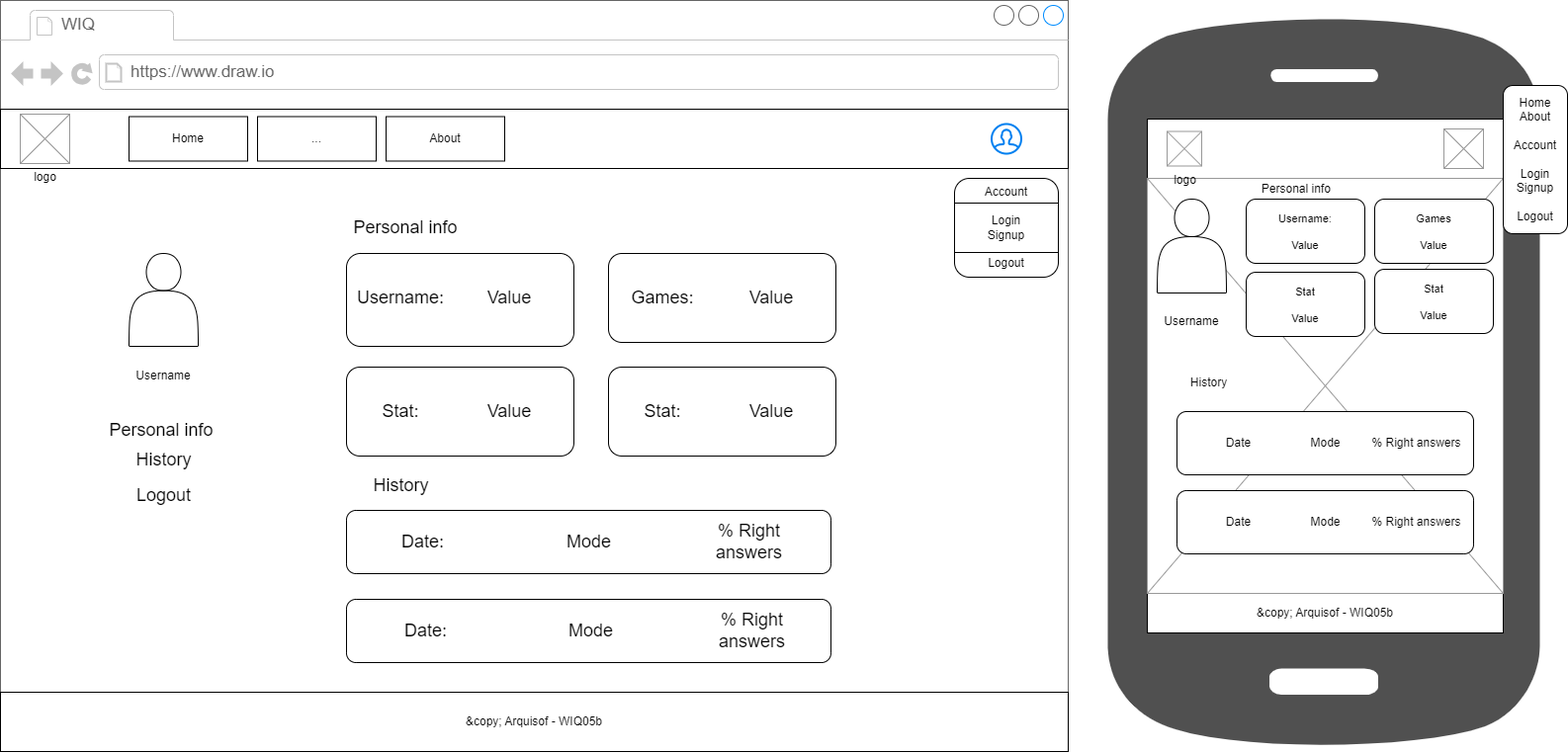
Above: docs/prototypes/account_view.drawio.png in Arquisoft/wiq_es05b (draw.io), before the change. Source tidied: cells renumbered, new cells last; positions are measured from the earlier drawing's top-left corner, leaving out a move shared by most shapes. Its diagram source:
```xml
<mxGraphModel>
  <root>
    <mxCell id="0" />
    <mxCell id="1" parent="0" />
    <mxCell id="2" style="strokeWidth=1;shadow=0;dashed=0;align=center;html=1;shape=mxgraph.mockup.containers.browserWindow;rSize=0;strokeColor=#666666;strokeColor2=#008cff;strokeColor3=#c4c4c4;mainText=,;" parent="1" vertex="1">
      <mxGeometry width="1080" height="760" as="geometry" />
    </mxCell>
    <mxCell id="3" value="WIQ" style="strokeWidth=1;shadow=0;dashed=0;align=center;html=1;shape=mxgraph.mockup.containers.anchor;fontSize=17;fontColor=#666666;align=left;" parent="2" vertex="1">
      <mxGeometry x="60" y="12" width="110" height="26" as="geometry" />
    </mxCell>
    <mxCell id="4" value="https://www.draw.io" style="strokeWidth=1;shadow=0;dashed=0;align=center;html=1;shape=mxgraph.mockup.containers.anchor;rSize=0;fontSize=17;fontColor=#666666;align=left;" parent="2" vertex="1">
      <mxGeometry x="130" y="60" width="250" height="26" as="geometry" />
    </mxCell>
    <mxCell id="5" style="rounded=0;whiteSpace=wrap;html=1;" parent="2" vertex="1">
      <mxGeometry y="110" width="1080" height="60" as="geometry" />
    </mxCell>
    <mxCell id="6" style="html=1;verticalLabelPosition=bottom;align=center;labelBackgroundColor=#ffffff;verticalAlign=top;strokeWidth=2;strokeColor=#0080F0;shadow=0;dashed=0;shape=mxgraph.ios7.icons.user;" parent="2" vertex="1">
      <mxGeometry x="1002.5" y="125" width="30" height="30" as="geometry" />
    </mxCell>
    <mxCell id="7" value="logo" style="verticalLabelPosition=bottom;shadow=0;dashed=0;align=center;html=1;verticalAlign=top;strokeWidth=1;shape=mxgraph.mockup.graphics.simpleIcon;strokeColor=#999999;" parent="2" vertex="1">
      <mxGeometry x="20" y="115" width="50" height="50" as="geometry" />
    </mxCell>
    <mxCell id="8" value="Home" style="rounded=0;whiteSpace=wrap;html=1;" parent="2" vertex="1">
      <mxGeometry x="130" y="117.5" width="120" height="45" as="geometry" />
    </mxCell>
    <mxCell id="9" value="About" style="rounded=0;whiteSpace=wrap;html=1;" parent="2" vertex="1">
      <mxGeometry x="390" y="117.5" width="120" height="45" as="geometry" />
    </mxCell>
    <mxCell id="10" value="..." style="rounded=0;whiteSpace=wrap;html=1;" parent="2" vertex="1">
      <mxGeometry x="260" y="117.5" width="120" height="45" as="geometry" />
    </mxCell>
    <mxCell id="11" value="Account&lt;br&gt;&lt;br&gt;Login&lt;br&gt;Signup&lt;br&gt;&lt;br&gt;Logout" style="rounded=1;whiteSpace=wrap;html=1;" parent="2" vertex="1">
      <mxGeometry x="965" y="180" width="105" height="100" as="geometry" />
    </mxCell>
    <mxCell id="12" style="endArrow=none;html=1;exitX=0;exitY=0.25;exitDx=0;exitDy=0;entryX=1;entryY=0.25;entryDx=0;entryDy=0;" parent="2" edge="1" source="11" target="11">
      <mxGeometry relative="1" as="geometry" />
    </mxCell>
    <mxCell id="13" style="edgeStyle=none;html=1;exitX=1;exitY=0.75;exitDx=0;exitDy=0;entryX=0;entryY=0.75;entryDx=0;entryDy=0;endArrow=none;endFill=0;" parent="2" edge="1" source="11" target="11">
      <mxGeometry relative="1" as="geometry" />
    </mxCell>
    <mxCell id="14" value="&amp;amp;copy; Arquisof - WIQ05b" style="rounded=0;whiteSpace=wrap;html=1;" parent="2" vertex="1">
      <mxGeometry y="700" width="1080" height="60" as="geometry" />
    </mxCell>
    <mxCell id="15" style="shape=actor;whiteSpace=wrap;html=1;" parent="2" vertex="1">
      <mxGeometry x="130" y="256" width="70" height="94" as="geometry" />
    </mxCell>
    <mxCell id="16" value="Username" style="text;html=1;strokeColor=none;fillColor=none;align=center;verticalAlign=middle;whiteSpace=wrap;rounded=0;" parent="2" vertex="1">
      <mxGeometry x="135" y="365" width="60" height="30" as="geometry" />
    </mxCell>
    <mxCell id="17" value="Personal info&amp;nbsp;" style="text;html=1;strokeColor=none;fillColor=none;align=center;verticalAlign=middle;whiteSpace=wrap;rounded=0;fontSize=18;" parent="2" vertex="1">
      <mxGeometry x="102.5" y="420" width="125" height="30" as="geometry" />
    </mxCell>
    <mxCell id="18" value="History" style="text;html=1;strokeColor=none;fillColor=none;align=center;verticalAlign=middle;whiteSpace=wrap;rounded=0;fontSize=18;" parent="2" vertex="1">
      <mxGeometry x="102.5" y="450" width="125" height="30" as="geometry" />
    </mxCell>
    <mxCell id="19" value="Logout" style="text;html=1;strokeColor=none;fillColor=none;align=center;verticalAlign=middle;whiteSpace=wrap;rounded=0;fontSize=18;" parent="2" vertex="1">
      <mxGeometry x="102.5" y="486" width="125" height="30" as="geometry" />
    </mxCell>
    <mxCell id="20" style="rounded=1;whiteSpace=wrap;html=1;fontSize=18;" parent="2" vertex="1">
      <mxGeometry x="350" y="256" width="230" height="94" as="geometry" />
    </mxCell>
    <mxCell id="21" value="Username:" style="text;html=1;strokeColor=none;fillColor=none;align=center;verticalAlign=middle;whiteSpace=wrap;rounded=0;fontSize=18;" parent="2" vertex="1">
      <mxGeometry x="375" y="286" width="60" height="30" as="geometry" />
    </mxCell>
    <mxCell id="22" value="Value" style="text;html=1;strokeColor=none;fillColor=none;align=center;verticalAlign=middle;whiteSpace=wrap;rounded=0;fontSize=18;" parent="2" vertex="1">
      <mxGeometry x="485" y="286" width="60" height="30" as="geometry" />
    </mxCell>
    <mxCell id="23" style="rounded=1;whiteSpace=wrap;html=1;fontSize=18;" parent="2" vertex="1">
      <mxGeometry x="615" y="256" width="230" height="90" as="geometry" />
    </mxCell>
    <mxCell id="24" value="Games:" style="text;html=1;strokeColor=none;fillColor=none;align=center;verticalAlign=middle;whiteSpace=wrap;rounded=0;fontSize=18;" parent="2" vertex="1">
      <mxGeometry x="640" y="286" width="60" height="30" as="geometry" />
    </mxCell>
    <mxCell id="25" value="Value" style="text;html=1;strokeColor=none;fillColor=none;align=center;verticalAlign=middle;whiteSpace=wrap;rounded=0;fontSize=18;" parent="2" vertex="1">
      <mxGeometry x="750" y="286" width="60" height="30" as="geometry" />
    </mxCell>
    <mxCell id="26" style="rounded=1;whiteSpace=wrap;html=1;fontSize=18;" parent="2" vertex="1">
      <mxGeometry x="350" y="371" width="230" height="90" as="geometry" />
    </mxCell>
    <mxCell id="27" value="Stat:" style="text;html=1;strokeColor=none;fillColor=none;align=center;verticalAlign=middle;whiteSpace=wrap;rounded=0;fontSize=18;" parent="2" vertex="1">
      <mxGeometry x="375" y="401" width="60" height="30" as="geometry" />
    </mxCell>
    <mxCell id="28" value="Value" style="text;html=1;strokeColor=none;fillColor=none;align=center;verticalAlign=middle;whiteSpace=wrap;rounded=0;fontSize=18;" parent="2" vertex="1">
      <mxGeometry x="485" y="401" width="60" height="30" as="geometry" />
    </mxCell>
    <mxCell id="29" style="rounded=1;whiteSpace=wrap;html=1;fontSize=18;" parent="2" vertex="1">
      <mxGeometry x="615" y="371" width="230" height="90" as="geometry" />
    </mxCell>
    <mxCell id="30" value="Stat:" style="text;html=1;strokeColor=none;fillColor=none;align=center;verticalAlign=middle;whiteSpace=wrap;rounded=0;fontSize=18;" parent="2" vertex="1">
      <mxGeometry x="640" y="401" width="60" height="30" as="geometry" />
    </mxCell>
    <mxCell id="31" value="Value" style="text;html=1;strokeColor=none;fillColor=none;align=center;verticalAlign=middle;whiteSpace=wrap;rounded=0;fontSize=18;" parent="2" vertex="1">
      <mxGeometry x="750" y="401" width="60" height="30" as="geometry" />
    </mxCell>
    <mxCell id="32" value="Personal info&amp;nbsp;" style="text;html=1;strokeColor=none;fillColor=none;align=center;verticalAlign=middle;whiteSpace=wrap;rounded=0;fontSize=18;" parent="2" vertex="1">
      <mxGeometry x="350" y="215" width="125" height="30" as="geometry" />
    </mxCell>
    <mxCell id="33" value="History" style="text;html=1;strokeColor=none;fillColor=none;align=center;verticalAlign=middle;whiteSpace=wrap;rounded=0;fontSize=18;" parent="2" vertex="1">
      <mxGeometry x="342.5" y="476" width="125" height="30" as="geometry" />
    </mxCell>
    <mxCell id="34" style="rounded=1;whiteSpace=wrap;html=1;fontSize=18;" parent="2" vertex="1">
      <mxGeometry x="350" y="516" width="490" height="64" as="geometry" />
    </mxCell>
    <mxCell id="35" style="rounded=1;whiteSpace=wrap;html=1;fontSize=18;" parent="2" vertex="1">
      <mxGeometry x="350" y="606" width="490" height="64" as="geometry" />
    </mxCell>
    <mxCell id="36" value="Date:&lt;span style=&quot;color: rgba(0, 0, 0, 0); font-family: monospace; font-size: 0px; text-align: start;&quot;&gt;%3CmxGraphModel%3E%3Croot%3E%3CmxCell%20id%3D%220%22%2F%3E%3CmxCell%20id%3D%221%22%20parent%3D%220%22%2F%3E%3CmxCell%20id%3D%222%22%20value%3D%22Stat%3A%22%20style%3D%22text%3Bhtml%3D1%3BstrokeColor%3Dnone%3BfillColor%3Dnone%3Balign%3Dcenter%3BverticalAlign%3Dmiddle%3BwhiteSpace%3Dwrap%3Brounded%3D0%3BfontSize%3D18%3B%22%20vertex%3D%221%22%20parent%3D%221%22%3E%3CmxGeometry%20x%3D%22755%22%20y%3D%22435%22%20width%3D%2260%22%20height%3D%2230%22%20as%3D%22geometry%22%2F%3E%3C%2FmxCell%3E%3C%2Froot%3E%3C%2FmxGraphModel%3E&lt;/span&gt;" style="text;html=1;strokeColor=none;fillColor=none;align=center;verticalAlign=middle;whiteSpace=wrap;rounded=0;fontSize=18;" parent="2" vertex="1">
      <mxGeometry x="375" y="533" width="105" height="30" as="geometry" />
    </mxCell>
    <mxCell id="37" value="% Right answers" style="text;html=1;strokeColor=none;fillColor=none;align=center;verticalAlign=middle;whiteSpace=wrap;rounded=0;fontSize=18;" parent="2" vertex="1">
      <mxGeometry x="705" y="533" width="105" height="30" as="geometry" />
    </mxCell>
    <mxCell id="38" value="Mode" style="text;html=1;strokeColor=none;fillColor=none;align=center;verticalAlign=middle;whiteSpace=wrap;rounded=0;fontSize=18;" parent="2" vertex="1">
      <mxGeometry x="542.5" y="533" width="105" height="30" as="geometry" />
    </mxCell>
    <mxCell id="39" value="Date:&lt;span style=&quot;color: rgba(0, 0, 0, 0); font-family: monospace; font-size: 0px; text-align: start;&quot;&gt;%3CmxGraphModel%3E%3Croot%3E%3CmxCell%20id%3D%220%22%2F%3E%3CmxCell%20id%3D%221%22%20parent%3D%220%22%2F%3E%3CmxCell%20id%3D%222%22%20value%3D%22Stat%3A%22%20style%3D%22text%3Bhtml%3D1%3BstrokeColor%3Dnone%3BfillColor%3Dnone%3Balign%3Dcenter%3BverticalAlign%3Dmiddle%3BwhiteSpace%3Dwrap%3Brounded%3D0%3BfontSize%3D18%3B%22%20vertex%3D%221%22%20parent%3D%221%22%3E%3CmxGeometry%20x%3D%22755%22%20y%3D%22435%22%20width%3D%2260%22%20height%3D%2230%22%20as%3D%22geometry%22%2F%3E%3C%2FmxCell%3E%3C%2Froot%3E%3C%2FmxGraphModel%3E&lt;/span&gt;" style="text;html=1;strokeColor=none;fillColor=none;align=center;verticalAlign=middle;whiteSpace=wrap;rounded=0;fontSize=18;" parent="2" vertex="1">
      <mxGeometry x="377.5" y="623" width="105" height="30" as="geometry" />
    </mxCell>
    <mxCell id="40" value="% Right answers" style="text;html=1;strokeColor=none;fillColor=none;align=center;verticalAlign=middle;whiteSpace=wrap;rounded=0;fontSize=18;" parent="2" vertex="1">
      <mxGeometry x="707.5" y="623" width="105" height="30" as="geometry" />
    </mxCell>
    <mxCell id="41" value="Mode" style="text;html=1;strokeColor=none;fillColor=none;align=center;verticalAlign=middle;whiteSpace=wrap;rounded=0;fontSize=18;" parent="2" vertex="1">
      <mxGeometry x="545" y="623" width="105" height="30" as="geometry" />
    </mxCell>
    <mxCell id="42" style="sketch=0;shadow=0;dashed=0;html=1;strokeColor=none;fillColor=#505050;labelPosition=center;verticalLabelPosition=bottom;verticalAlign=top;outlineConnect=0;align=center;shape=mxgraph.office.devices.cell_phone_android_standalone;" parent="1" vertex="1">
      <mxGeometry x="1120" y="10" width="437" height="750" as="geometry" />
    </mxCell>
    <mxCell id="43" style="rounded=0;whiteSpace=wrap;html=1;" parent="1" vertex="1">
      <mxGeometry x="1160" y="120" width="360" height="60" as="geometry" />
    </mxCell>
    <mxCell id="44" style="verticalLabelPosition=bottom;shadow=0;dashed=0;align=center;html=1;verticalAlign=top;strokeWidth=1;shape=mxgraph.mockup.graphics.simpleIcon;strokeColor=#999999;" parent="1" vertex="1">
      <mxGeometry x="1460" y="130" width="40" height="40" as="geometry" />
    </mxCell>
    <mxCell id="45" value="&amp;amp;copy; Arquisof - WIQ05b" style="rounded=0;whiteSpace=wrap;html=1;" parent="1" vertex="1">
      <mxGeometry x="1160" y="600" width="360" height="40" as="geometry" />
    </mxCell>
    <mxCell id="46" style="verticalLabelPosition=bottom;shadow=0;dashed=0;align=center;html=1;verticalAlign=top;strokeWidth=1;shape=mxgraph.mockup.graphics.simpleIcon;strokeColor=#999999;" parent="1" vertex="1">
      <mxGeometry x="1160" y="180" width="360" height="420" as="geometry" />
    </mxCell>
    <mxCell id="47" value="logo" style="verticalLabelPosition=bottom;shadow=0;dashed=0;align=center;html=1;verticalAlign=top;strokeWidth=1;shape=mxgraph.mockup.graphics.simpleIcon;strokeColor=#999999;" parent="1" vertex="1">
      <mxGeometry x="1180" y="132.5" width="35" height="35" as="geometry" />
    </mxCell>
    <mxCell id="48" value="Home&lt;br&gt;About&lt;br&gt;&lt;br&gt;Account&lt;br&gt;&lt;br&gt;Login&lt;br&gt;Signup&lt;br&gt;&lt;br&gt;Logout" style="rounded=1;whiteSpace=wrap;html=1;" parent="1" vertex="1">
      <mxGeometry x="1520" y="86" width="65" height="150" as="geometry" />
    </mxCell>
    <mxCell id="49" style="shape=actor;whiteSpace=wrap;html=1;" parent="1" vertex="1">
      <mxGeometry x="1170" y="201" width="70" height="95" as="geometry" />
    </mxCell>
    <mxCell id="50" value="Username" style="text;html=1;strokeColor=none;fillColor=none;align=center;verticalAlign=middle;whiteSpace=wrap;rounded=0;" parent="1" vertex="1">
      <mxGeometry x="1175" y="310" width="60" height="30" as="geometry" />
    </mxCell>
    <mxCell id="51" style="rounded=1;whiteSpace=wrap;html=1;fontSize=18;" parent="1" vertex="1">
      <mxGeometry x="1260" y="201" width="120" height="65" as="geometry" />
    </mxCell>
    <mxCell id="52" value="Username:" style="text;html=1;strokeColor=none;fillColor=none;align=center;verticalAlign=middle;whiteSpace=wrap;rounded=0;fontSize=11;" parent="1" vertex="1">
      <mxGeometry x="1290" y="206" width="60" height="30" as="geometry" />
    </mxCell>
    <mxCell id="53" value="Value" style="text;html=1;strokeColor=none;fillColor=none;align=center;verticalAlign=middle;whiteSpace=wrap;rounded=0;fontSize=11;" parent="1" vertex="1">
      <mxGeometry x="1290" y="233" width="60" height="30" as="geometry" />
    </mxCell>
    <mxCell id="54" style="rounded=1;whiteSpace=wrap;html=1;fontSize=18;" parent="1" vertex="1">
      <mxGeometry x="1390" y="201" width="120" height="65" as="geometry" />
    </mxCell>
    <mxCell id="55" value="Games" style="text;html=1;strokeColor=none;fillColor=none;align=center;verticalAlign=middle;whiteSpace=wrap;rounded=0;fontSize=11;" parent="1" vertex="1">
      <mxGeometry x="1420" y="206" width="60" height="30" as="geometry" />
    </mxCell>
    <mxCell id="56" value="Value" style="text;html=1;strokeColor=none;fillColor=none;align=center;verticalAlign=middle;whiteSpace=wrap;rounded=0;fontSize=11;" parent="1" vertex="1">
      <mxGeometry x="1420" y="233" width="60" height="30" as="geometry" />
    </mxCell>
    <mxCell id="57" style="rounded=1;whiteSpace=wrap;html=1;fontSize=18;" parent="1" vertex="1">
      <mxGeometry x="1260" y="275" width="120" height="65" as="geometry" />
    </mxCell>
    <mxCell id="58" value="Stat" style="text;html=1;strokeColor=none;fillColor=none;align=center;verticalAlign=middle;whiteSpace=wrap;rounded=0;fontSize=11;" parent="1" vertex="1">
      <mxGeometry x="1290" y="280" width="60" height="30" as="geometry" />
    </mxCell>
    <mxCell id="59" value="Value" style="text;html=1;strokeColor=none;fillColor=none;align=center;verticalAlign=middle;whiteSpace=wrap;rounded=0;fontSize=11;" parent="1" vertex="1">
      <mxGeometry x="1290" y="307" width="60" height="30" as="geometry" />
    </mxCell>
    <mxCell id="60" style="rounded=1;whiteSpace=wrap;html=1;fontSize=18;" parent="1" vertex="1">
      <mxGeometry x="1390" y="272" width="120" height="65" as="geometry" />
    </mxCell>
    <mxCell id="61" value="Stat" style="text;html=1;strokeColor=none;fillColor=none;align=center;verticalAlign=middle;whiteSpace=wrap;rounded=0;fontSize=11;" parent="1" vertex="1">
      <mxGeometry x="1420" y="277" width="60" height="30" as="geometry" />
    </mxCell>
    <mxCell id="62" value="Value" style="text;html=1;strokeColor=none;fillColor=none;align=center;verticalAlign=middle;whiteSpace=wrap;rounded=0;fontSize=11;" parent="1" vertex="1">
      <mxGeometry x="1420" y="304" width="60" height="30" as="geometry" />
    </mxCell>
    <mxCell id="63" value="Personal info&amp;nbsp;" style="text;html=1;strokeColor=none;fillColor=none;align=center;verticalAlign=middle;whiteSpace=wrap;rounded=0;fontSize=12;" parent="1" vertex="1">
      <mxGeometry x="1250" y="176" width="125" height="30" as="geometry" />
    </mxCell>
    <mxCell id="64" value="&lt;font style=&quot;font-size: 12px;&quot;&gt;History&lt;/font&gt;" style="text;html=1;strokeColor=none;fillColor=none;align=center;verticalAlign=middle;whiteSpace=wrap;rounded=0;fontSize=18;" parent="1" vertex="1">
      <mxGeometry x="1160" y="370" width="125" height="30" as="geometry" />
    </mxCell>
    <mxCell id="65" style="rounded=1;whiteSpace=wrap;html=1;fontSize=10;" parent="1" vertex="1">
      <mxGeometry x="1190" y="416" width="300" height="64" as="geometry" />
    </mxCell>
    <mxCell id="66" value="% Right answers" style="text;html=1;strokeColor=none;fillColor=none;align=center;verticalAlign=middle;whiteSpace=wrap;rounded=0;fontSize=12;" parent="1" vertex="1">
      <mxGeometry x="1380" y="433" width="105" height="30" as="geometry" />
    </mxCell>
    <mxCell id="67" value="Mode" style="text;html=1;strokeColor=none;fillColor=none;align=center;verticalAlign=middle;whiteSpace=wrap;rounded=0;fontSize=12;" parent="1" vertex="1">
      <mxGeometry x="1287.5" y="433" width="105" height="30" as="geometry" />
    </mxCell>
    <mxCell id="68" value="Date" style="text;html=1;strokeColor=none;fillColor=none;align=center;verticalAlign=middle;whiteSpace=wrap;rounded=0;fontSize=12;" parent="1" vertex="1">
      <mxGeometry x="1200" y="433" width="105" height="30" as="geometry" />
    </mxCell>
    <mxCell id="69" style="rounded=1;whiteSpace=wrap;html=1;fontSize=10;" parent="1" vertex="1">
      <mxGeometry x="1190" y="496" width="300" height="64" as="geometry" />
    </mxCell>
    <mxCell id="70" value="% Right answers" style="text;html=1;strokeColor=none;fillColor=none;align=center;verticalAlign=middle;whiteSpace=wrap;rounded=0;fontSize=12;" parent="1" vertex="1">
      <mxGeometry x="1380" y="513" width="105" height="30" as="geometry" />
    </mxCell>
    <mxCell id="71" value="Mode" style="text;html=1;strokeColor=none;fillColor=none;align=center;verticalAlign=middle;whiteSpace=wrap;rounded=0;fontSize=12;" parent="1" vertex="1">
      <mxGeometry x="1287.5" y="513" width="105" height="30" as="geometry" />
    </mxCell>
    <mxCell id="72" value="Date" style="text;html=1;strokeColor=none;fillColor=none;align=center;verticalAlign=middle;whiteSpace=wrap;rounded=0;fontSize=12;" parent="1" vertex="1">
      <mxGeometry x="1200" y="513" width="105" height="30" as="geometry" />
    </mxCell>
  </root>
</mxGraphModel>
```
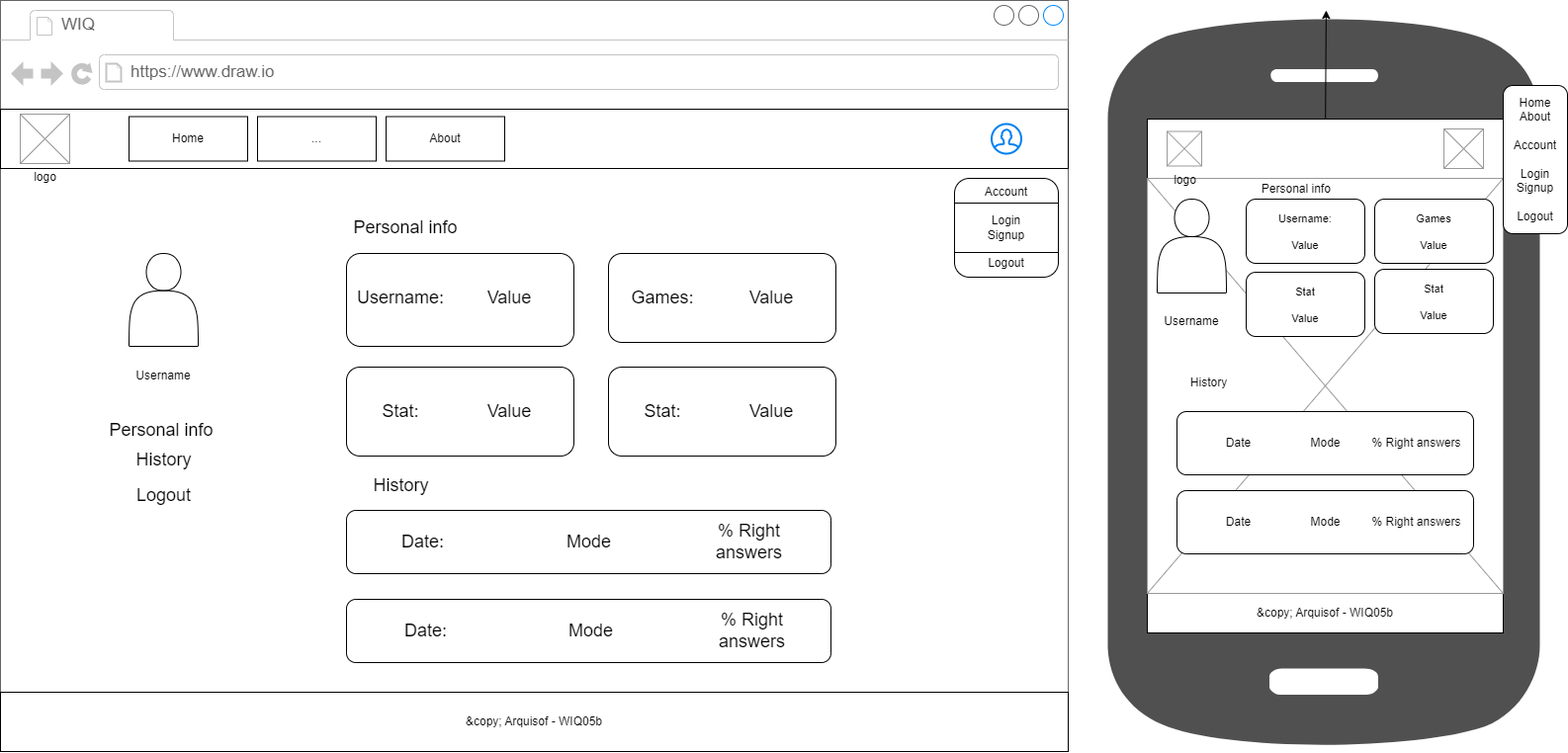
After the change.

Commit message:
Ranking view prototype created

Diff of the diagram source:
```diff
@@ -125,6 +125,9 @@
     <mxCell id="42" style="sketch=0;shadow=0;dashed=0;html=1;strokeColor=none;fillColor=#505050;labelPosition=center;verticalLabelPosition=bottom;verticalAlign=top;outlineConnect=0;align=center;shape=mxgraph.office.devices.cell_phone_android_standalone;" parent="1" vertex="1">
       <mxGeometry x="1120" y="10" width="437" height="750" as="geometry" />
     </mxCell>
+    <mxCell id="73" style="edgeStyle=none;html=1;" parent="1" edge="1" source="43" target="42">
+      <mxGeometry relative="1" as="geometry" />
+    </mxCell>
     <mxCell id="43" style="rounded=0;whiteSpace=wrap;html=1;" parent="1" vertex="1">
       <mxGeometry x="1160" y="120" width="360" height="60" as="geometry" />
     </mxCell>
```
